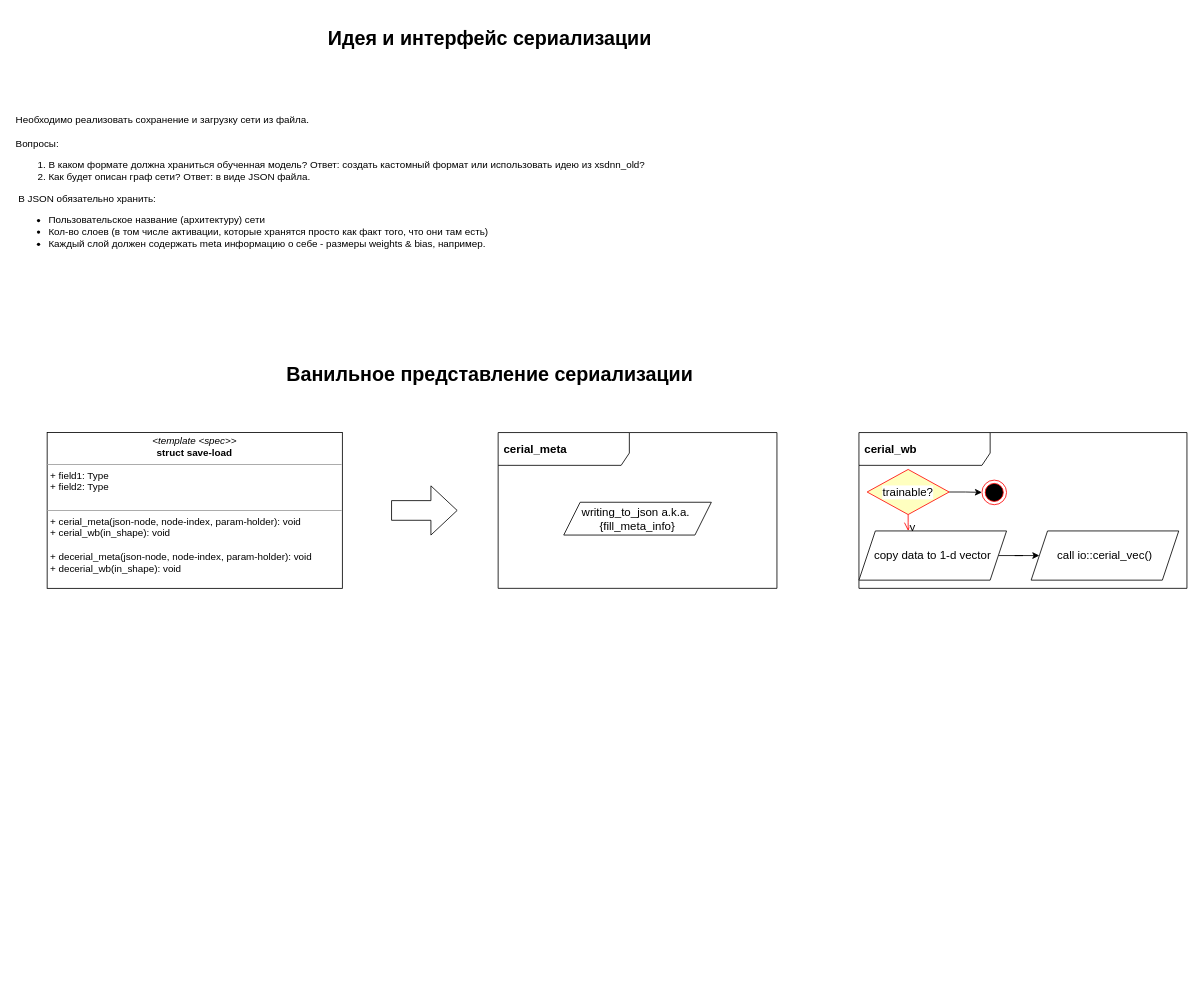
This is page "serial::interface" (10 of 10) of logic.drawio from xsdnn/xsdnn, a draw.io file, before an edit. Source tidied: cells renumbered, new cells numbered last; positions are measured from the earlier drawing's top-left corner, leaving out a move shared by most shapes. Both pictures are drawn from the tidied source at 82%, with x=0, y=0 at pixel (14, 22).
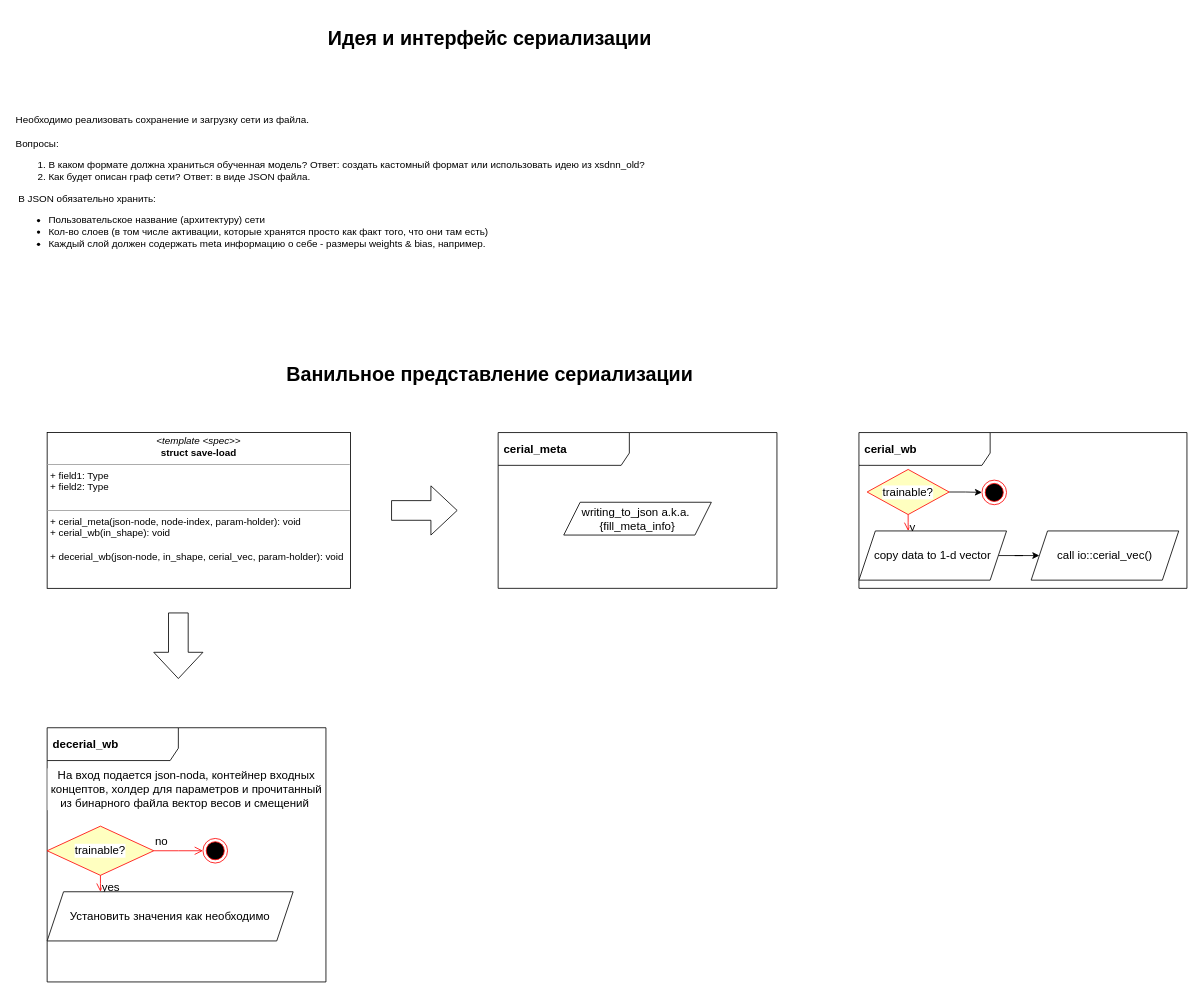
The same page after the edit.

Commit message:
vanilla structure of serialization

Diff of the diagram source:
```diff
@@
-    <mxCell id="5" value="&lt;p style=&quot;margin:0px;margin-top:4px;text-align:center;&quot;&gt;&lt;i&gt;&amp;lt;template &amp;lt;spec&amp;gt;&amp;gt;&lt;/i&gt;&lt;br&gt;&lt;b&gt;struct save-load&lt;/b&gt;&lt;/p&gt;&lt;hr size=&quot;1&quot;&gt;&lt;p style=&quot;margin:0px;margin-left:4px;&quot;&gt;+ field1: Type&lt;br&gt;+ field2: Type&lt;/p&gt;&lt;p style=&quot;margin:0px;margin-left:4px;&quot;&gt;&lt;br&gt;&lt;/p&gt;&lt;hr size=&quot;1&quot;&gt;&lt;p style=&quot;margin:0px;margin-left:4px;&quot;&gt;+ cerial_meta(json-node, node-index, param-holder): void&lt;br&gt;+ cerial_wb(in_shape): void&lt;/p&gt;&lt;p style=&quot;margin:0px;margin-left:4px;&quot;&gt;&lt;br&gt;&lt;/p&gt;&lt;p style=&quot;margin:0px;margin-left:4px;&quot;&gt;+ decerial_meta(json-node, node-index, param-holder): void&lt;/p&gt;&lt;p style=&quot;margin:0px;margin-left:4px;&quot;&gt;+ decerial_wb(in_shape): void&lt;/p&gt;" style="verticalAlign=top;align=left;overflow=fill;fontSize=12;fontFamily=Helvetica;html=1;" parent="1" vertex="1">
-      <mxGeometry x="40" y="500" width="360" height="190" as="geometry" />
+    <mxCell id="5" value="&lt;p style=&quot;margin:0px;margin-top:4px;text-align:center;&quot;&gt;&lt;i&gt;&amp;lt;template &amp;lt;spec&amp;gt;&amp;gt;&lt;/i&gt;&lt;br&gt;&lt;b&gt;struct save-load&lt;/b&gt;&lt;/p&gt;&lt;hr size=&quot;1&quot;&gt;&lt;p style=&quot;margin:0px;margin-left:4px;&quot;&gt;+ field1: Type&lt;br&gt;+ field2: Type&lt;/p&gt;&lt;p style=&quot;margin:0px;margin-left:4px;&quot;&gt;&lt;br&gt;&lt;/p&gt;&lt;hr size=&quot;1&quot;&gt;&lt;p style=&quot;margin:0px;margin-left:4px;&quot;&gt;+ cerial_meta(json-node, node-index, param-holder): void&lt;br&gt;+ cerial_wb(in_shape): void&lt;/p&gt;&lt;p style=&quot;margin:0px;margin-left:4px;&quot;&gt;&lt;br&gt;&lt;/p&gt;&lt;p style=&quot;margin:0px;margin-left:4px;&quot;&gt;+ decerial_wb(json-node, in_shape, cerial_vec, param-holder): void&lt;/p&gt;" style="verticalAlign=top;align=left;overflow=fill;fontSize=12;fontFamily=Helvetica;html=1;" parent="1" vertex="1">
+      <mxGeometry x="40" y="500" width="370" height="190" as="geometry" />
     </mxCell>
@@
+    <mxCell id="17" style="shape=singleArrow;whiteSpace=wrap;html=1;arrowWidth=0.4;arrowSize=0.4;align=left;verticalAlign=top;fillColor=rgb(255, 255, 255);rotation=90;" parent="1" vertex="1">
+      <mxGeometry x="160" y="730" width="80" height="60" as="geometry" />
+    </mxCell>
+    <mxCell id="18" value="&lt;span style=&quot;background-color: rgb(255, 255, 255);&quot;&gt;&lt;b&gt;&lt;font style=&quot;font-size: 14px;&quot;&gt;decerial_wb&lt;/font&gt;&lt;/b&gt;&lt;/span&gt;" style="shape=umlFrame;whiteSpace=wrap;html=1;width=160;height=40;boundedLbl=1;verticalAlign=middle;align=left;spacingLeft=5;" parent="1" vertex="1">
+      <mxGeometry x="40" y="860" width="340" height="310" as="geometry" />
+    </mxCell>
+    <mxCell id="19" value="На вход подается json-noda, контейнер входных концептов, холдер для параметров и прочитанный из бинарного файла вектор весов и смещений&amp;nbsp;" style="text;html=1;strokeColor=none;fillColor=none;align=center;verticalAlign=middle;whiteSpace=wrap;rounded=0;labelBackgroundColor=#FFFFFF;fontSize=14;" parent="1" vertex="1">
+      <mxGeometry x="40" y="920" width="340" height="30" as="geometry" />
+    </mxCell>
+    <mxCell id="20" value="trainable?" style="rhombus;whiteSpace=wrap;html=1;fillColor=#ffffc0;strokeColor=#ff0000;labelBackgroundColor=#FFFFFF;fontSize=14;" parent="1" vertex="1">
+      <mxGeometry x="40" y="980" width="130" height="60" as="geometry" />
+    </mxCell>
+    <mxCell id="21" value="no" style="edgeStyle=orthogonalEdgeStyle;html=1;align=left;verticalAlign=bottom;endArrow=open;endSize=8;strokeColor=#ff0000;rounded=0;fontSize=14;" parent="1" edge="1" source="20">
+      <mxGeometry x="-1" relative="1" as="geometry">
+        <mxPoint x="230" y="1010" as="targetPoint" />
+      </mxGeometry>
+    </mxCell>
+    <mxCell id="22" value="yes" style="edgeStyle=orthogonalEdgeStyle;html=1;align=left;verticalAlign=top;endArrow=open;endSize=8;strokeColor=#ff0000;rounded=0;fontSize=14;" parent="1" edge="1" source="20">
+      <mxGeometry x="-1" relative="1" as="geometry">
+        <mxPoint x="105" y="1060" as="targetPoint" />
+      </mxGeometry>
+    </mxCell>
+    <mxCell id="23" style="ellipse;html=1;shape=endState;fillColor=#000000;strokeColor=#ff0000;labelBackgroundColor=#FFFFFF;fontSize=14;" parent="1" vertex="1">
+      <mxGeometry x="230" y="995" width="30" height="30" as="geometry" />
+    </mxCell>
+    <mxCell id="24" value="Установить значения как необходимо" style="shape=parallelogram;perimeter=parallelogramPerimeter;whiteSpace=wrap;html=1;fixedSize=1;labelBackgroundColor=#FFFFFF;fontSize=14;" parent="1" vertex="1">
+      <mxGeometry x="40" y="1060" width="300" height="60" as="geometry" />
+    </mxCell>
```
